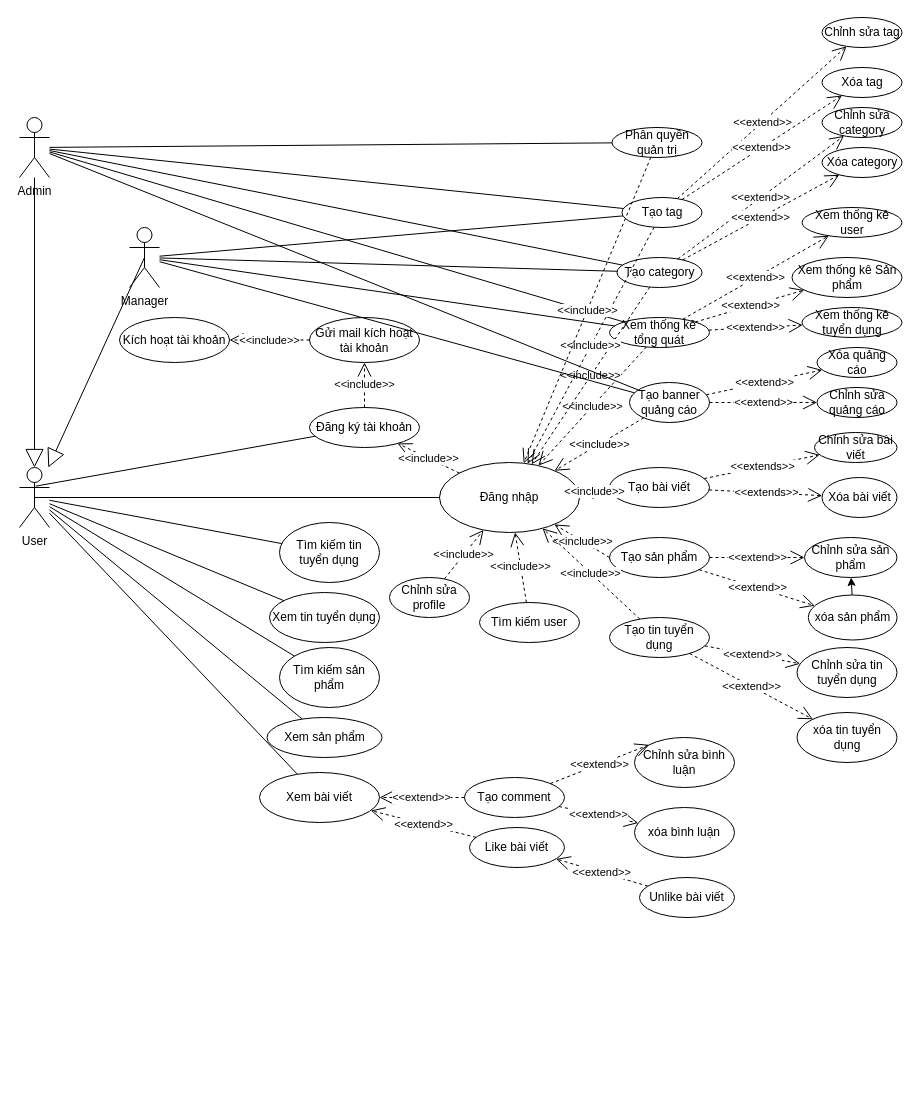
Earlier version of the draw.io diagram BlogProject/BlogProject/UseCaseBlog.drawio (TranThanhHoang123/Blog). Source tidied: cells renumbered, new cells numbered last; positions are measured from the earlier drawing's top-left corner, leaving out a move shared by most shapes. Both pictures are drawn from the tidied source at 100%, with x=0, y=0 at pixel (19, 17).
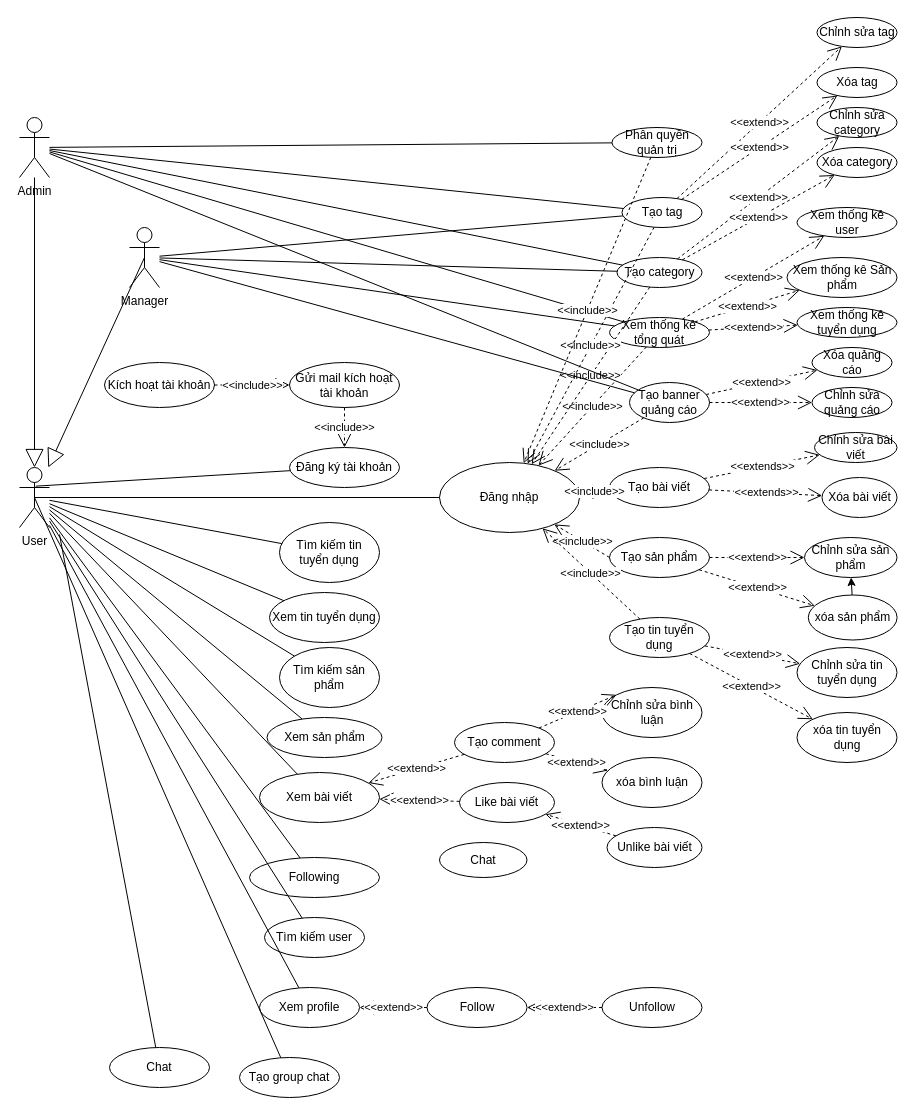
Above is the later version.

The change refers to these unchanged cells:
```xml
<mxCell id="2" value="User" style="shape=umlActor;verticalLabelPosition=bottom;verticalAlign=top;html=1;outlineConnect=0;" parent="1" vertex="1">
  <mxGeometry y="450" width="30" height="60" as="geometry" />
</mxCell>
<mxCell id="7" value="Đăng nhập" style="ellipse;whiteSpace=wrap;html=1;" parent="1" vertex="1">
  <mxGeometry x="420" y="445" width="140" height="70" as="geometry" />
</mxCell>
```

What changed in the source:
```diff
@@
     <mxCell id="9" value="Đăng ký tài khoản" style="ellipse;whiteSpace=wrap;html=1;" parent="1" vertex="1">
-      <mxGeometry x="290" y="390" width="110" height="40" as="geometry" />
+      <mxGeometry x="270" y="430" width="110" height="40" as="geometry" />
     </mxCell>
-    <mxCell id="10" value="&amp;lt;&amp;lt;include&amp;gt;&amp;gt;" style="endArrow=open;endSize=12;dashed=1;html=1;rounded=0;strokeColor=default;align=center;verticalAlign=middle;fontFamily=Helvetica;fontSize=11;fontColor=default;labelBackgroundColor=default;edgeStyle=none;" parent="1" edge="1" source="7" target="9">
-      <mxGeometry relative="1" as="geometry" />
-    </mxCell>
     <mxCell id="11" value="Gửi mail kích hoạt tài khoản" style="ellipse;whiteSpace=wrap;html=1;" parent="1" vertex="1">
-      <mxGeometry x="290" y="300" width="110" height="45" as="geometry" />
+      <mxGeometry x="270" y="345" width="110" height="45" as="geometry" />
     </mxCell>
-    <mxCell id="12" value="&amp;lt;&amp;lt;include&amp;gt;&amp;gt;" style="endArrow=open;endSize=12;dashed=1;html=1;rounded=0;strokeColor=default;align=center;verticalAlign=middle;fontFamily=Helvetica;fontSize=11;fontColor=default;labelBackgroundColor=default;edgeStyle=none;" parent="1" edge="1" source="9" target="11">
+    <mxCell id="12" value="&amp;lt;&amp;lt;include&amp;gt;&amp;gt;" style="endArrow=open;endSize=12;dashed=1;html=1;rounded=0;strokeColor=default;align=center;verticalAlign=middle;fontFamily=Helvetica;fontSize=11;fontColor=default;labelBackgroundColor=default;edgeStyle=none;" parent="1" edge="1" source="11" target="9">
       <mxGeometry relative="1" as="geometry" />
     </mxCell>
     <mxCell id="13" value="Kích hoạt tài khoản" style="ellipse;whiteSpace=wrap;html=1;" parent="1" vertex="1">
-      <mxGeometry x="100" y="300" width="110" height="45" as="geometry" />
+      <mxGeometry x="85" y="345" width="110" height="45" as="geometry" />
     </mxCell>
-    <mxCell id="14" value="&amp;lt;&amp;lt;include&amp;gt;&amp;gt;" style="endArrow=open;endSize=12;dashed=1;html=1;rounded=0;strokeColor=default;align=center;verticalAlign=middle;fontFamily=Helvetica;fontSize=11;fontColor=default;labelBackgroundColor=default;edgeStyle=none;" parent="1" edge="1" source="11" target="13">
+    <mxCell id="14" value="&amp;lt;&amp;lt;include&amp;gt;&amp;gt;" style="endArrow=open;endSize=12;dashed=1;html=1;rounded=0;strokeColor=default;align=center;verticalAlign=middle;fontFamily=Helvetica;fontSize=11;fontColor=default;labelBackgroundColor=default;edgeStyle=none;" parent="1" edge="1" source="13" target="11">
       <mxGeometry relative="1" as="geometry" />
     </mxCell>
@@
     <mxCell id="21" value="Tạo comment" style="ellipse;whiteSpace=wrap;html=1;" parent="1" vertex="1">
-      <mxGeometry x="445" y="760" width="100" height="40" as="geometry" />
+      <mxGeometry x="435" y="705" width="100" height="40" as="geometry" />
     </mxCell>
@@
     <mxCell id="31" value="Chỉnh sửa bình luận" style="ellipse;whiteSpace=wrap;html=1;" parent="1" vertex="1">
-      <mxGeometry x="615" y="720" width="100" height="50" as="geometry" />
+      <mxGeometry x="582.5" y="670" width="100" height="50" as="geometry" />
     </mxCell>
     <mxCell id="32" value="xóa bình luận" style="ellipse;whiteSpace=wrap;html=1;" parent="1" vertex="1">
-      <mxGeometry x="615" y="790" width="100" height="50" as="geometry" />
+      <mxGeometry x="582.5" y="740" width="100" height="50" as="geometry" />
     </mxCell>
@@
     <mxCell id="61" value="Chỉnh sửa tag" style="ellipse;whiteSpace=wrap;html=1;" parent="1" vertex="1">
-      <mxGeometry x="802.5" width="80" height="30" as="geometry" />
+      <mxGeometry x="797.5" width="80" height="30" as="geometry" />
     </mxCell>
     <mxCell id="62" value="Chỉnh sửa category" style="ellipse;whiteSpace=wrap;html=1;" parent="1" vertex="1">
-      <mxGeometry x="802.5" y="90" width="80" height="30" as="geometry" />
+      <mxGeometry x="797.5" y="90" width="80" height="30" as="geometry" />
     </mxCell>
     <mxCell id="63" value="Xóa category" style="ellipse;whiteSpace=wrap;html=1;" parent="1" vertex="1">
-      <mxGeometry x="802.5" y="130" width="80" height="30" as="geometry" />
+      <mxGeometry x="797.5" y="130" width="80" height="30" as="geometry" />
     </mxCell>
     <mxCell id="64" value="Xóa tag" style="ellipse;whiteSpace=wrap;html=1;" parent="1" vertex="1">
-      <mxGeometry x="802.5" y="50" width="80" height="30" as="geometry" />
+      <mxGeometry x="797.5" y="50" width="80" height="30" as="geometry" />
     </mxCell>
     <mxCell id="65" value="Xóa quảng cáo" style="ellipse;whiteSpace=wrap;html=1;" parent="1" vertex="1">
-      <mxGeometry x="797.5" y="330" width="80" height="30" as="geometry" />
+      <mxGeometry x="792.5" y="330" width="80" height="30" as="geometry" />
     </mxCell>
     <mxCell id="66" value="Chỉnh sửa quảng cáo" style="ellipse;whiteSpace=wrap;html=1;" parent="1" vertex="1">
-      <mxGeometry x="797.5" y="370" width="80" height="30" as="geometry" />
+      <mxGeometry x="792.5" y="370" width="80" height="30" as="geometry" />
     </mxCell>
@@
     <mxCell id="73" value="Xem thống kê user" style="ellipse;whiteSpace=wrap;html=1;" parent="1" vertex="1">
-      <mxGeometry x="782.5" y="190" width="100" height="30" as="geometry" />
+      <mxGeometry x="777.5" y="190" width="100" height="30" as="geometry" />
     </mxCell>
     <mxCell id="74" value="Xem thống kê Sản phẩm" style="ellipse;whiteSpace=wrap;html=1;" parent="1" vertex="1">
-      <mxGeometry x="772.5" y="240" width="110" height="40" as="geometry" />
+      <mxGeometry x="767.5" y="240" width="110" height="40" as="geometry" />
     </mxCell>
     <mxCell id="75" value="Xem thống kê tuyển dụng" style="ellipse;whiteSpace=wrap;html=1;" parent="1" vertex="1">
-      <mxGeometry x="782.5" y="290" width="100" height="30" as="geometry" />
+      <mxGeometry x="777.5" y="290" width="100" height="30" as="geometry" />
     </mxCell>
@@
     <mxCell id="82" value="Tìm kiếm user" style="ellipse;whiteSpace=wrap;html=1;" parent="1" vertex="1">
-      <mxGeometry x="460" y="585" width="100" height="40" as="geometry" />
+      <mxGeometry x="245" y="900" width="100" height="40" as="geometry" />
     </mxCell>
-    <mxCell id="83" value="&amp;lt;&amp;lt;include&amp;gt;&amp;gt;" style="endArrow=open;endSize=12;dashed=1;html=1;rounded=0;strokeColor=default;align=center;verticalAlign=middle;fontFamily=Helvetica;fontSize=11;fontColor=default;labelBackgroundColor=default;edgeStyle=none;" parent="1" edge="1" source="82" target="7">
-      <mxGeometry relative="1" as="geometry" />
-    </mxCell>
-    <mxCell id="84" value="Chỉnh sửa profile" style="ellipse;whiteSpace=wrap;html=1;" parent="1" vertex="1">
-      <mxGeometry x="370" y="560" width="80" height="40" as="geometry" />
-    </mxCell>
@@
-    <mxCell id="88" value="&amp;lt;&amp;lt;include&amp;gt;&amp;gt;" style="endArrow=open;endSize=12;dashed=1;html=1;rounded=0;strokeColor=default;align=center;verticalAlign=middle;fontFamily=Helvetica;fontSize=11;fontColor=default;labelBackgroundColor=default;edgeStyle=none;" parent="1" edge="1" source="84" target="7">
-      <mxGeometry relative="1" as="geometry" />
-    </mxCell>
@@
     <mxCell id="92" value="Like bài viết" style="ellipse;whiteSpace=wrap;html=1;" parent="1" vertex="1">
-      <mxGeometry x="450" y="810" width="95" height="40" as="geometry" />
+      <mxGeometry x="440" y="765" width="95" height="40" as="geometry" />
     </mxCell>
@@
     <mxCell id="94" value="Unlike bài viết" style="ellipse;whiteSpace=wrap;html=1;" parent="1" vertex="1">
-      <mxGeometry x="620" y="860" width="95" height="40" as="geometry" />
+      <mxGeometry x="587.5" y="810" width="95" height="40" as="geometry" />
     </mxCell>
@@
+    <mxCell id="97" value="Following" style="ellipse;whiteSpace=wrap;html=1;" parent="1" vertex="1">
+      <mxGeometry x="230" y="840" width="130" height="40" as="geometry" />
+    </mxCell>
+    <mxCell id="98" style="endArrow=none;html=1;rounded=0;strokeColor=default;align=center;verticalAlign=middle;fontFamily=Helvetica;fontSize=11;fontColor=default;labelBackgroundColor=default;edgeStyle=none;" parent="1" edge="1" source="2" target="97">
+      <mxGeometry relative="1" as="geometry" />
+    </mxCell>
+    <mxCell id="99" value="Chat" style="ellipse;whiteSpace=wrap;html=1;" parent="1" vertex="1">
+      <mxGeometry x="420" y="825" width="87.5" height="35" as="geometry" />
+    </mxCell>
+    <mxCell id="100" style="endArrow=none;html=1;rounded=0;strokeColor=default;align=center;verticalAlign=middle;fontFamily=Helvetica;fontSize=11;fontColor=default;labelBackgroundColor=default;edgeStyle=none;" parent="1" edge="1" source="2" target="82">
+      <mxGeometry relative="1" as="geometry" />
+    </mxCell>
+    <mxCell id="101" value="Xem profile" style="ellipse;whiteSpace=wrap;html=1;" parent="1" vertex="1">
+      <mxGeometry x="240" y="970" width="100" height="40" as="geometry" />
+    </mxCell>
+    <mxCell id="102" style="endArrow=none;html=1;rounded=0;strokeColor=default;align=center;verticalAlign=middle;fontFamily=Helvetica;fontSize=11;fontColor=default;labelBackgroundColor=default;edgeStyle=none;" parent="1" edge="1" source="2" target="101">
+      <mxGeometry relative="1" as="geometry" />
+    </mxCell>
+    <mxCell id="103" value="Follow" style="ellipse;whiteSpace=wrap;html=1;" parent="1" vertex="1">
+      <mxGeometry x="407.5" y="970" width="100" height="40" as="geometry" />
+    </mxCell>
+    <mxCell id="104" value="&amp;lt;&amp;lt;extend&amp;gt;&amp;gt;" style="endArrow=open;endSize=12;dashed=1;html=1;rounded=0;strokeColor=default;align=center;verticalAlign=middle;fontFamily=Helvetica;fontSize=11;fontColor=default;labelBackgroundColor=default;edgeStyle=none;" parent="1" edge="1" source="103" target="101">
+      <mxGeometry relative="1" as="geometry" />
+    </mxCell>
+    <mxCell id="105" value="Unfollow" style="ellipse;whiteSpace=wrap;html=1;" parent="1" vertex="1">
+      <mxGeometry x="582.5" y="970" width="100" height="40" as="geometry" />
+    </mxCell>
+    <mxCell id="106" style="edgeStyle=none;shape=connector;rounded=0;orthogonalLoop=1;jettySize=auto;html=1;exitX=0.5;exitY=1;exitDx=0;exitDy=0;strokeColor=default;align=center;verticalAlign=middle;fontFamily=Helvetica;fontSize=11;fontColor=default;labelBackgroundColor=default;endArrow=classic;" parent="1" edge="1" source="103" target="103">
+      <mxGeometry relative="1" as="geometry" />
+    </mxCell>
+    <mxCell id="107" value="&amp;lt;&amp;lt;extend&amp;gt;&amp;gt;" style="endArrow=open;endSize=12;dashed=1;html=1;rounded=0;strokeColor=default;align=center;verticalAlign=middle;fontFamily=Helvetica;fontSize=11;fontColor=default;labelBackgroundColor=default;edgeStyle=none;" parent="1" edge="1" source="105" target="103">
+      <mxGeometry relative="1" as="geometry" />
+    </mxCell>
+    <mxCell id="108" value="Tạo group chat" style="ellipse;whiteSpace=wrap;html=1;" parent="1" vertex="1">
+      <mxGeometry x="220" y="1040" width="100" height="40" as="geometry" />
+    </mxCell>
+    <mxCell id="109" value="Chat" style="ellipse;whiteSpace=wrap;html=1;" parent="1" vertex="1">
+      <mxGeometry x="90" y="1030" width="100" height="40" as="geometry" />
+    </mxCell>
+    <mxCell id="110" style="endArrow=none;html=1;rounded=0;strokeColor=default;align=center;verticalAlign=middle;fontFamily=Helvetica;fontSize=11;fontColor=default;labelBackgroundColor=default;edgeStyle=none;" parent="1" edge="1" target="109">
+      <mxGeometry relative="1" as="geometry">
+        <mxPoint x="40" y="517" as="sourcePoint" />
+      </mxGeometry>
+    </mxCell>
+    <mxCell id="111" style="edgeStyle=none;shape=connector;rounded=0;orthogonalLoop=1;jettySize=auto;html=1;entryX=0.5;entryY=1;entryDx=0;entryDy=0;strokeColor=default;align=center;verticalAlign=middle;fontFamily=Helvetica;fontSize=11;fontColor=default;labelBackgroundColor=default;endArrow=classic;" parent="1" edge="1" source="63" target="63">
+      <mxGeometry relative="1" as="geometry" />
+    </mxCell>
+    <mxCell id="112" style="endArrow=none;html=1;rounded=0;strokeColor=default;align=center;verticalAlign=middle;fontFamily=Helvetica;fontSize=11;fontColor=default;labelBackgroundColor=default;edgeStyle=none;exitX=0.5;exitY=0.5;exitDx=0;exitDy=0;exitPerimeter=0;" parent="1" edge="1" source="2" target="108">
+      <mxGeometry relative="1" as="geometry" />
+    </mxCell>
```
